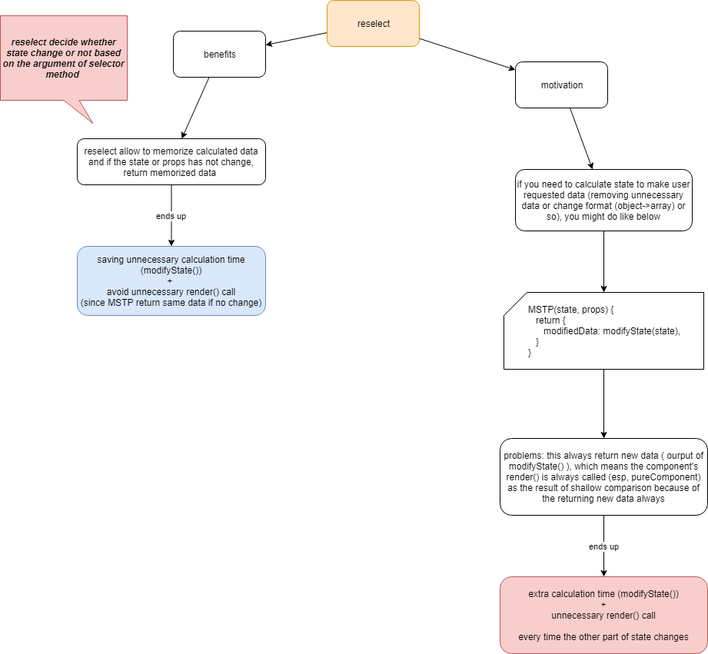
The draw.io diagram reselect_concept.png in stsiwo/react_redux_concept, before a commit. Source tidied: cells renumbered, new cells last; positions are measured from the earlier drawing's top-left corner, leaving out a move shared by most shapes. Source of this version:
```xml
<mxGraphModel background="#FFFFFF">
  <root>
    <mxCell id="0" />
    <mxCell id="1" parent="0" />
    <mxCell id="2" style="edgeStyle=none;rounded=0;html=1;jettySize=auto;" parent="1" edge="1" source="4" target="10">
      <mxGeometry relative="1" as="geometry" />
    </mxCell>
    <mxCell id="3" style="edgeStyle=none;rounded=0;html=1;jettySize=auto;" parent="1" edge="1" source="4" target="6">
      <mxGeometry relative="1" as="geometry" />
    </mxCell>
    <mxCell id="4" value="reselect" style="rounded=1;whiteSpace=wrap;html=1;fillColor=#ffe6cc;strokeColor=#d79b00;" parent="1" vertex="1">
      <mxGeometry x="425" width="120" height="60" as="geometry" />
    </mxCell>
    <mxCell id="5" style="edgeStyle=none;rounded=0;html=1;jettySize=auto;" parent="1" edge="1" source="6" target="8">
      <mxGeometry relative="1" as="geometry" />
    </mxCell>
    <mxCell id="6" value="motivation" style="rounded=1;whiteSpace=wrap;html=1;fillColor=#FFFFFF;" parent="1" vertex="1">
      <mxGeometry x="670" y="80" width="120" height="60" as="geometry" />
    </mxCell>
    <mxCell id="7" style="edgeStyle=none;rounded=0;html=1;jettySize=auto;" parent="1" edge="1" source="8" target="15">
      <mxGeometry relative="1" as="geometry" />
    </mxCell>
    <mxCell id="8" value="if you need to calculate state to make user requested data (removing unnecessary data or change format (object-&amp;gt;array) or so), you might do like below" style="rounded=1;whiteSpace=wrap;html=1;fillColor=#FFFFFF;" parent="1" vertex="1">
      <mxGeometry x="670" y="220" width="230" height="80" as="geometry" />
    </mxCell>
    <mxCell id="9" style="edgeStyle=none;rounded=0;html=1;jettySize=auto;" parent="1" edge="1" source="10" target="12">
      <mxGeometry relative="1" as="geometry" />
    </mxCell>
    <mxCell id="10" value="benefits" style="rounded=1;whiteSpace=wrap;html=1;fillColor=#FFFFFF;" parent="1" vertex="1">
      <mxGeometry x="225" y="40" width="120" height="60" as="geometry" />
    </mxCell>
    <mxCell id="11" value="ends up" style="edgeStyle=none;rounded=0;html=1;jettySize=auto;" parent="1" edge="1" source="12" target="13">
      <mxGeometry relative="1" as="geometry" />
    </mxCell>
    <mxCell id="12" value="reselect allow to memorize calculated data and if the state or props has not change, return memorized data&amp;nbsp;" style="rounded=1;whiteSpace=wrap;html=1;fillColor=#FFFFFF;" parent="1" vertex="1">
      <mxGeometry x="100" y="180" width="245" height="60" as="geometry" />
    </mxCell>
    <mxCell id="13" value="saving unnecessary calculation time (modifyState())&lt;br&gt;+&amp;nbsp;&lt;br&gt;avoid unnecessary render() call&lt;br&gt;(since MSTP return same data if no change)&lt;br&gt;" style="rounded=1;whiteSpace=wrap;html=1;fillColor=#dae8fc;strokeColor=#6c8ebf;" parent="1" vertex="1">
      <mxGeometry x="100" y="320" width="245" height="90" as="geometry" />
    </mxCell>
    <mxCell id="14" style="edgeStyle=none;rounded=0;html=1;jettySize=auto;" parent="1" edge="1" source="15" target="17">
      <mxGeometry relative="1" as="geometry" />
    </mxCell>
    <mxCell id="15" value="&lt;div style=&quot;text-align: left&quot;&gt;&lt;span&gt;MSTP(state, props) {&lt;/span&gt;&lt;/div&gt;&lt;div style=&quot;text-align: left&quot;&gt;&lt;span&gt;&amp;nbsp; &amp;nbsp;return {&lt;/span&gt;&lt;/div&gt;&lt;div style=&quot;text-align: left&quot;&gt;&lt;span&gt;&amp;nbsp; &amp;nbsp; &amp;nbsp; modifiedData: modifyState(state),&lt;/span&gt;&lt;/div&gt;&lt;div style=&quot;text-align: left&quot;&gt;&lt;span&gt;&amp;nbsp; &amp;nbsp;}&lt;/span&gt;&lt;/div&gt;&lt;div style=&quot;text-align: left&quot;&gt;&lt;span&gt;}&lt;/span&gt;&lt;/div&gt;" style="shape=card;whiteSpace=wrap;html=1;fillColor=#FFFFFF;" parent="1" vertex="1">
      <mxGeometry x="655" y="380" width="260" height="100" as="geometry" />
    </mxCell>
    <mxCell id="16" value="ends up" style="edgeStyle=none;rounded=0;html=1;jettySize=auto;" parent="1" edge="1" source="17" target="18">
      <mxGeometry relative="1" as="geometry" />
    </mxCell>
    <mxCell id="17" value="problems: this always return new data ( ourput of modifyState() ), which means the component's render() is always called (esp, pureComponent) as the result of shallow comparison because of the returning new data always" style="rounded=1;whiteSpace=wrap;html=1;fillColor=#FFFFFF;" parent="1" vertex="1">
      <mxGeometry x="650" y="570" width="270" height="100" as="geometry" />
    </mxCell>
    <mxCell id="18" value="extra calculation time (modifyState())&lt;br&gt;+&lt;br&gt;unnecessary render() call&lt;br&gt;&lt;br&gt;every time the other part of state changes&lt;br&gt;" style="rounded=1;whiteSpace=wrap;html=1;fillColor=#f8cecc;strokeColor=#b85450;" parent="1" vertex="1">
      <mxGeometry x="650" y="750" width="270" height="100" as="geometry" />
    </mxCell>
    <mxCell id="19" value="&lt;b&gt;&lt;i&gt;reselect decide whether state change or not based on the argument of selector method&amp;nbsp;&lt;/i&gt;&lt;/b&gt;" style="shape=callout;whiteSpace=wrap;html=1;perimeter=calloutPerimeter;fillColor=#f8cecc;position2=0.73;strokeColor=#b85450;" parent="1" vertex="1">
      <mxGeometry y="20" width="165" height="140" as="geometry" />
    </mxCell>
  </root>
</mxGraphModel>
```
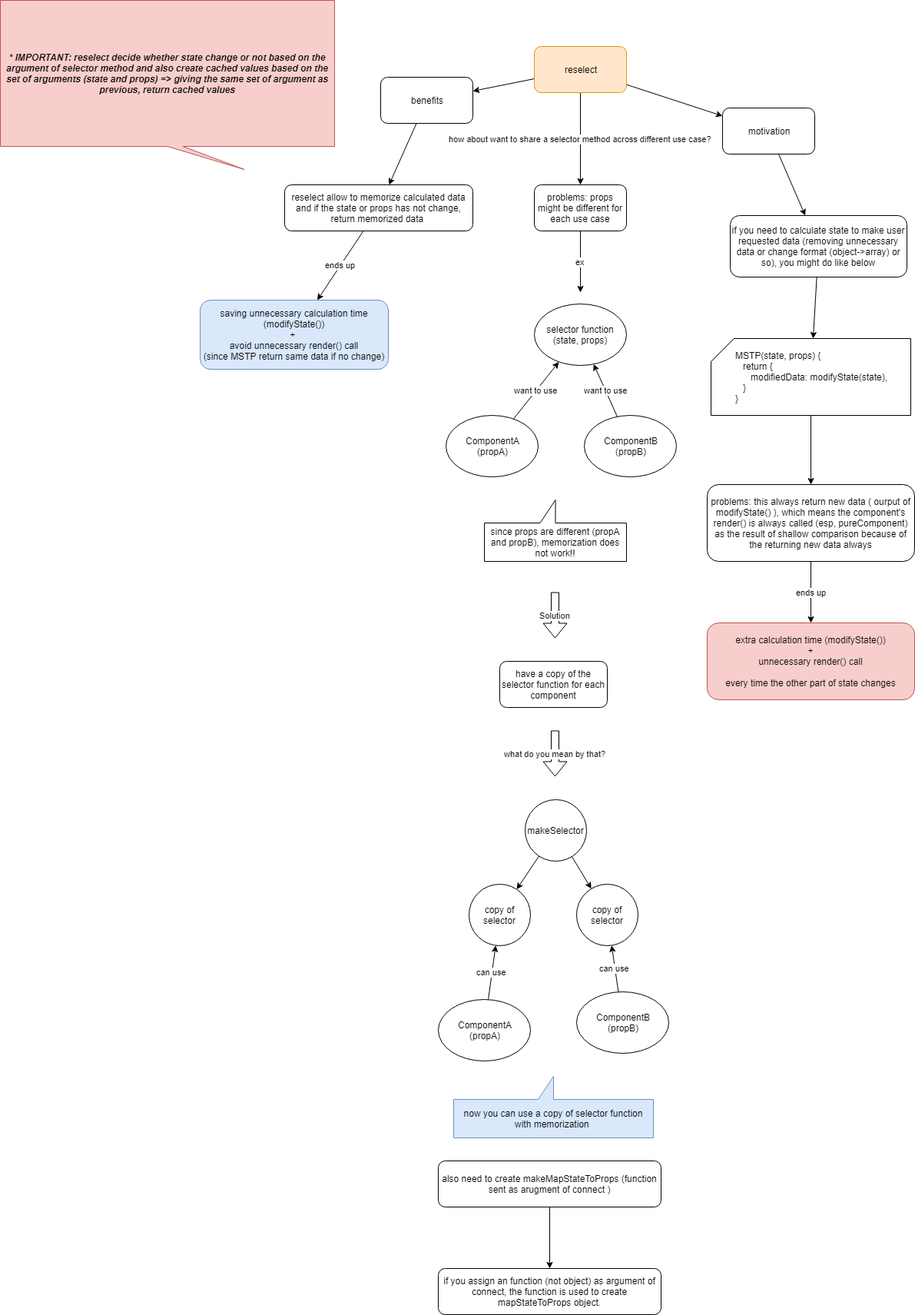
The same file after the commit.

Diff of the diagram source:
```diff
@@ -8,9 +8,20 @@
     <mxCell id="3" style="edgeStyle=none;rounded=0;html=1;jettySize=auto;" parent="1" edge="1" source="4" target="6">
       <mxGeometry relative="1" as="geometry" />
     </mxCell>
+    <mxCell id="20" value="how about want to share a selector method across different use case?&lt;br&gt;" style="edgeStyle=none;rounded=0;html=1;jettySize=auto;" parent="1" edge="1" source="4" target="22">
+      <mxGeometry relative="1" as="geometry" />
+    </mxCell>
     <mxCell id="4" value="reselect" style="rounded=1;whiteSpace=wrap;html=1;fillColor=#ffe6cc;strokeColor=#d79b00;" parent="1" vertex="1">
       <mxGeometry x="425" width="120" height="60" as="geometry" />
     </mxCell>
+    <mxCell id="21" value="ex" style="edgeStyle=none;rounded=0;html=1;jettySize=auto;" parent="1" edge="1" source="22">
+      <mxGeometry relative="1" as="geometry">
+        <mxPoint x="485" y="320" as="targetPoint" />
+      </mxGeometry>
+    </mxCell>
+    <mxCell id="22" value="problems: props might be different for each use case" style="rounded=1;whiteSpace=wrap;html=1;fillColor=#ffffff;strokeColor=#000000;" parent="1" vertex="1">
+      <mxGeometry x="425" y="180" width="120" height="60" as="geometry" />
+    </mxCell>
     <mxCell id="5" style="edgeStyle=none;rounded=0;html=1;jettySize=auto;" parent="1" edge="1" source="6" target="8">
       <mxGeometry relative="1" as="geometry" />
     </mxCell>
@@ -21,7 +32,7 @@
       <mxGeometry relative="1" as="geometry" />
     </mxCell>
     <mxCell id="8" value="if you need to calculate state to make user requested data (removing unnecessary data or change format (object-&amp;gt;array) or so), you might do like below" style="rounded=1;whiteSpace=wrap;html=1;fillColor=#FFFFFF;" parent="1" vertex="1">
-      <mxGeometry x="670" y="220" width="230" height="80" as="geometry" />
+      <mxGeometry x="680" y="220" width="230" height="80" as="geometry" />
     </mxCell>
     <mxCell id="9" style="edgeStyle=none;rounded=0;html=1;jettySize=auto;" parent="1" edge="1" source="10" target="12">
       <mxGeometry relative="1" as="geometry" />
@@ -36,7 +47,7 @@
       <mxGeometry x="100" y="180" width="245" height="60" as="geometry" />
     </mxCell>
     <mxCell id="13" value="saving unnecessary calculation time (modifyState())&lt;br&gt;+&amp;nbsp;&lt;br&gt;avoid unnecessary render() call&lt;br&gt;(since MSTP return same data if no change)&lt;br&gt;" style="rounded=1;whiteSpace=wrap;html=1;fillColor=#dae8fc;strokeColor=#6c8ebf;" parent="1" vertex="1">
-      <mxGeometry x="100" y="320" width="245" height="90" as="geometry" />
+      <mxGeometry x="-10" y="330" width="245" height="90" as="geometry" />
     </mxCell>
     <mxCell id="14" style="edgeStyle=none;rounded=0;html=1;jettySize=auto;" parent="1" edge="1" source="15" target="17">
       <mxGeometry relative="1" as="geometry" />
@@ -53,8 +64,80 @@
     <mxCell id="18" value="extra calculation time (modifyState())&lt;br&gt;+&lt;br&gt;unnecessary render() call&lt;br&gt;&lt;br&gt;every time the other part of state changes&lt;br&gt;" style="rounded=1;whiteSpace=wrap;html=1;fillColor=#f8cecc;strokeColor=#b85450;" parent="1" vertex="1">
       <mxGeometry x="650" y="750" width="270" height="100" as="geometry" />
     </mxCell>
-    <mxCell id="19" value="&lt;b&gt;&lt;i&gt;reselect decide whether state change or not based on the argument of selector method&amp;nbsp;&lt;/i&gt;&lt;/b&gt;" style="shape=callout;whiteSpace=wrap;html=1;perimeter=calloutPerimeter;fillColor=#f8cecc;position2=0.73;strokeColor=#b85450;" parent="1" vertex="1">
-      <mxGeometry y="20" width="165" height="140" as="geometry" />
+    <mxCell id="19" value="&lt;b&gt;&lt;i&gt;* IMPORTANT: reselect decide whether state change or not based on the argument of selector method and also create cached values based on the set of arguments (state and props) =&amp;gt; giving the same set of argument as previous, return cached values&lt;/i&gt;&lt;/b&gt;" style="shape=callout;whiteSpace=wrap;html=1;perimeter=calloutPerimeter;fillColor=#f8cecc;position2=0.73;strokeColor=#b85450;" parent="1" vertex="1">
+      <mxGeometry x="-270" y="-60" width="435" height="220" as="geometry" />
     </mxCell>
+    <mxCell id="23" value="selector function&lt;br&gt;(state, props)&lt;br&gt;" style="ellipse;whiteSpace=wrap;html=1;fillColor=#FFFFFF;" parent="1" vertex="1">
+      <mxGeometry x="425" y="335" width="120" height="80" as="geometry" />
+    </mxCell>
+    <mxCell id="24" value="want to use" style="edgeStyle=none;rounded=0;html=1;jettySize=auto;" parent="1" edge="1" source="25" target="23">
+      <mxGeometry relative="1" as="geometry" />
+    </mxCell>
+    <mxCell id="25" value="ComponentA&lt;br&gt;(propA)&lt;br&gt;" style="ellipse;whiteSpace=wrap;html=1;fillColor=#FFFFFF;" parent="1" vertex="1">
+      <mxGeometry x="310" y="480" width="120" height="80" as="geometry" />
+    </mxCell>
+    <mxCell id="26" value="want to use" style="edgeStyle=none;rounded=0;html=1;jettySize=auto;" parent="1" edge="1" source="27" target="23">
+      <mxGeometry relative="1" as="geometry" />
+    </mxCell>
+    <mxCell id="27" value="ComponentB&lt;br&gt;(propB)&lt;br&gt;" style="ellipse;whiteSpace=wrap;html=1;fillColor=#FFFFFF;" parent="1" vertex="1">
+      <mxGeometry x="490" y="480" width="120" height="80" as="geometry" />
+    </mxCell>
+    <mxCell id="28" value="since props are different (propA and propB), memorization does not work!!" style="shape=callout;whiteSpace=wrap;html=1;perimeter=calloutPerimeter;fillColor=#FFFFFF;direction=west;" parent="1" vertex="1">
+      <mxGeometry x="360" y="590" width="185" height="80" as="geometry" />
+    </mxCell>
+    <mxCell id="29" value="Solution" style="shape=flexArrow;endArrow=classic;html=1;" parent="1" edge="1">
+      <mxGeometry relative="1" as="geometry">
+        <mxPoint x="452" y="710" as="sourcePoint" />
+        <mxPoint x="452" y="770" as="targetPoint" />
+      </mxGeometry>
+    </mxCell>
+    <mxCell id="30" value="have a copy of the selector function for each component" style="rounded=1;whiteSpace=wrap;html=1;fillColor=#FFFFFF;" parent="1" vertex="1">
+      <mxGeometry x="380" y="800" width="140" height="60" as="geometry" />
+    </mxCell>
+    <mxCell id="31" value="what do you mean by that?" style="shape=flexArrow;endArrow=classic;html=1;" parent="1" edge="1">
+      <mxGeometry relative="1" as="geometry">
+        <mxPoint x="452" y="890" as="sourcePoint" />
+        <mxPoint x="452" y="950" as="targetPoint" />
+      </mxGeometry>
+    </mxCell>
+    <mxCell id="32" style="edgeStyle=none;rounded=0;html=1;jettySize=auto;" parent="1" edge="1" source="34" target="36">
+      <mxGeometry relative="1" as="geometry" />
+    </mxCell>
+    <mxCell id="33" style="edgeStyle=none;rounded=0;html=1;jettySize=auto;" parent="1" edge="1" source="34" target="35">
+      <mxGeometry relative="1" as="geometry" />
+    </mxCell>
+    <mxCell id="34" value="makeSelector" style="ellipse;whiteSpace=wrap;html=1;fillColor=#FFFFFF;" parent="1" vertex="1">
+      <mxGeometry x="413" y="980" width="80" height="80" as="geometry" />
+    </mxCell>
+    <mxCell id="35" value="copy of selector" style="ellipse;whiteSpace=wrap;html=1;fillColor=#FFFFFF;" parent="1" vertex="1">
+      <mxGeometry x="480" y="1090" width="80" height="80" as="geometry" />
+    </mxCell>
+    <mxCell id="36" value="copy of selector" style="ellipse;whiteSpace=wrap;html=1;fillColor=#FFFFFF;" parent="1" vertex="1">
+      <mxGeometry x="340" y="1090" width="80" height="80" as="geometry" />
+    </mxCell>
+    <mxCell id="37" value="can use" style="edgeStyle=none;rounded=0;html=1;jettySize=auto;" parent="1" edge="1" source="38" target="36">
+      <mxGeometry relative="1" as="geometry" />
+    </mxCell>
+    <mxCell id="38" value="ComponentA&lt;br&gt;(propA)&lt;br&gt;" style="ellipse;whiteSpace=wrap;html=1;fillColor=#FFFFFF;" parent="1" vertex="1">
+      <mxGeometry x="300" y="1240" width="120" height="80" as="geometry" />
+    </mxCell>
+    <mxCell id="39" value="can use" style="edgeStyle=none;rounded=0;html=1;jettySize=auto;" parent="1" edge="1" source="40" target="35">
+      <mxGeometry relative="1" as="geometry" />
+    </mxCell>
+    <mxCell id="40" value="ComponentB&lt;br&gt;(propB)&lt;br&gt;" style="ellipse;whiteSpace=wrap;html=1;fillColor=#FFFFFF;" parent="1" vertex="1">
+      <mxGeometry x="480" y="1230" width="120" height="80" as="geometry" />
+    </mxCell>
+    <mxCell id="41" value="now you can use a copy of selector function with memorization&amp;nbsp;" style="shape=callout;whiteSpace=wrap;html=1;perimeter=calloutPerimeter;fillColor=#dae8fc;direction=west;strokeColor=#6c8ebf;" parent="1" vertex="1">
+      <mxGeometry x="320" y="1340" width="260" height="80" as="geometry" />
+    </mxCell>
+    <mxCell id="42" style="edgeStyle=none;rounded=0;html=1;jettySize=auto;" parent="1" edge="1" source="43" target="44">
+      <mxGeometry relative="1" as="geometry" />
+    </mxCell>
+    <mxCell id="43" value="also need to create makeMapStateToProps (function sent as arugment of connect )" style="rounded=1;whiteSpace=wrap;html=1;fillColor=#FFFFFF;" parent="1" vertex="1">
+      <mxGeometry x="300" y="1450" width="290" height="60" as="geometry" />
+    </mxCell>
+    <mxCell id="44" value="if you assign an function (not object) as argument of connect, the function is used to create mapStateToProps object." style="rounded=1;whiteSpace=wrap;html=1;fillColor=#FFFFFF;" parent="1" vertex="1">
+      <mxGeometry x="300" y="1590" width="290" height="60" as="geometry" />
+    </mxCell>
   </root>
 </mxGraphModel>
```
